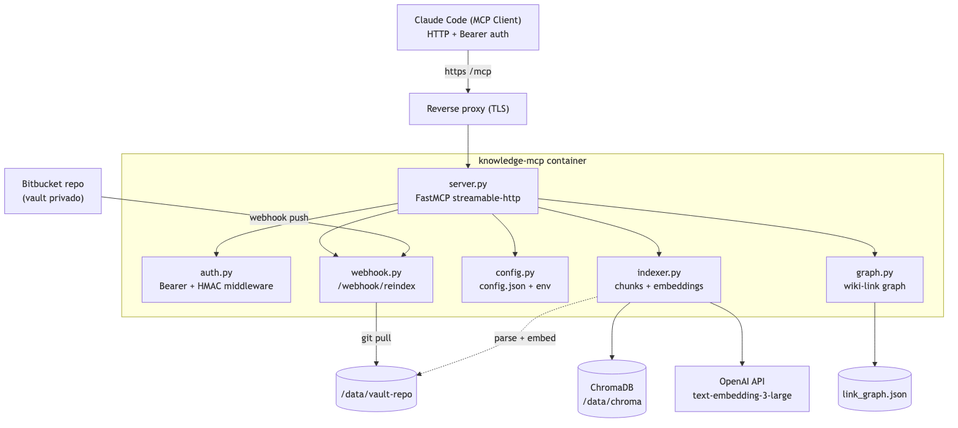
The Mermaid diagram docs/architecture.png in cloudfroghq/knowledge, before a commit. Its source is kept beside it as docs/architecture.mmd. Source of this version:
```mermaid
graph TD
    CC["Claude Code (MCP Client)<br/>HTTP + Bearer auth"]
    CC -->|"https /mcp"| PROXY["Reverse proxy (TLS)"]
    PROXY --> SERVER

    subgraph CONTAINER["knowledge-mcp container"]
        SERVER["server.py<br/>FastMCP streamable-http"]
        SERVER --> AUTH["auth.py<br/>Bearer + HMAC middleware"]
        SERVER --> WEBHOOK["webhook.py<br/>/webhook/reindex"]
        SERVER --> CONFIG["config.py<br/>config.json + env"]
        SERVER --> INDEXER["indexer.py<br/>chunks + embeddings"]
        SERVER --> GRAPH["graph.py<br/>wiki-link graph"]
    end

    INDEXER --> INDEX[("index.sqlite<br/>FTS5 + sqlite-vec<br/>/data/index/&lt;slug&gt;")]
    INDEXER --> OPENAI["OpenAI API<br/>text-embedding-3-large"]
    GRAPH --> LINKGRAPH[("link_graph.json")]

    GH["GitHub repo<br/>(vault privado)"] -->|webhook push| WEBHOOK
    WEBHOOK -->|git pull| VAULT[("/data/vault-repo")]
    INDEXER -.->|parse + embed| VAULT
```
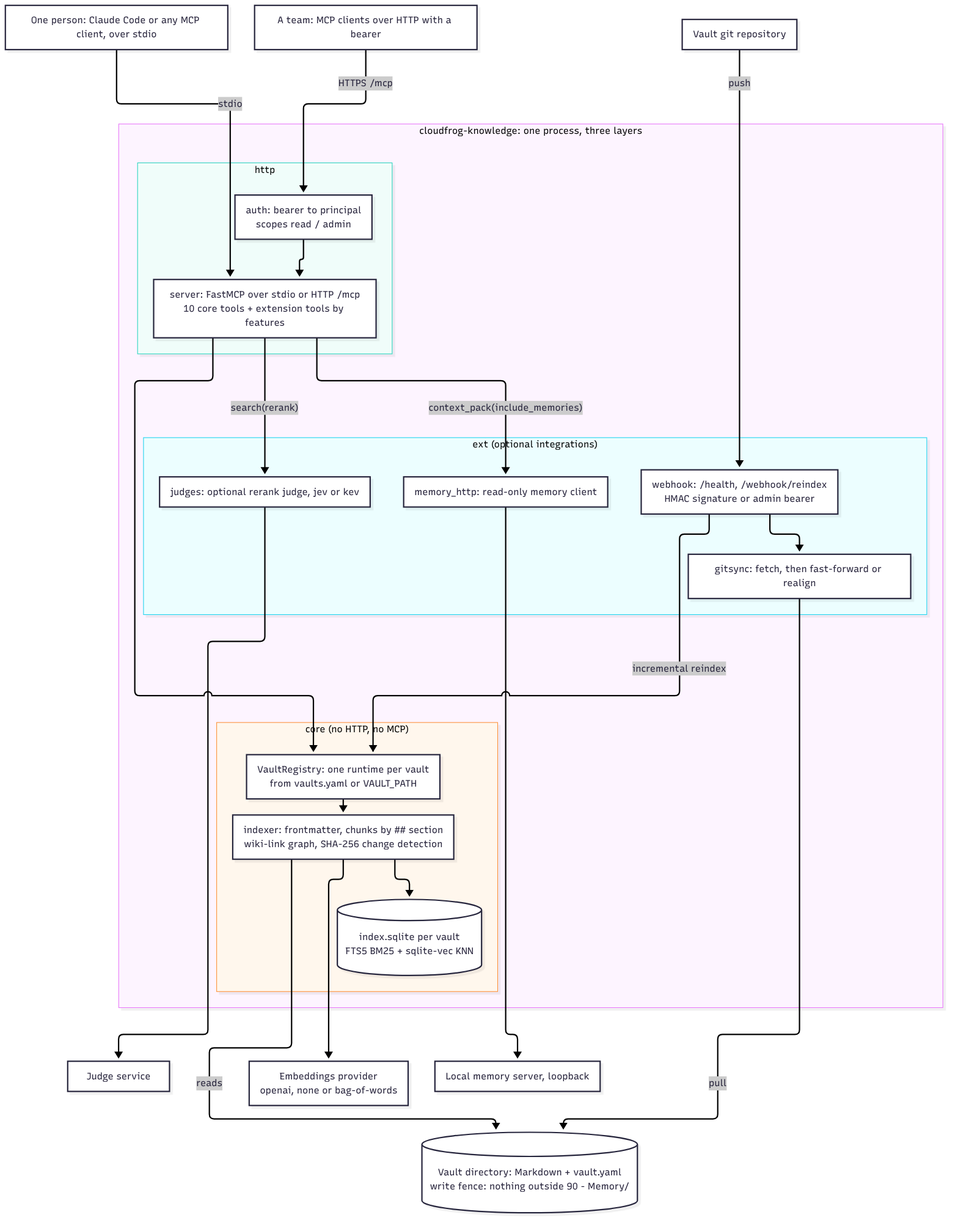
Above is the later version.

The edit, as a diff of the source:
```diff
@@ -1,21 +1,38 @@
-graph TD
-    CC["Claude Code (MCP Client)<br/>HTTP + Bearer auth"]
-    CC -->|"https /mcp"| PROXY["Reverse proxy (TLS)"]
-    PROXY --> SERVER
+%%{init: {"flowchart": {"wrappingWidth": 300}}}%%
+flowchart TB
+    LOCAL["One person: Claude Code or any MCP client, over stdio"]
+    TEAM["A team: MCP clients over HTTP with a bearer"]
+    REPO["Vault git repository"]
 
-    subgraph CONTAINER["knowledge-mcp container"]
-        SERVER["server.py<br/>FastMCP streamable-http"]
-        SERVER --> AUTH["auth.py<br/>Bearer + HMAC middleware"]
-        SERVER --> WEBHOOK["webhook.py<br/>/webhook/reindex"]
-        SERVER --> CONFIG["config.py<br/>config.json + env"]
-        SERVER --> INDEXER["indexer.py<br/>chunks + embeddings"]
-        SERVER --> GRAPH["graph.py<br/>wiki-link graph"]
+    subgraph PROCESS["cloudfrog-knowledge: one process, three layers"]
+        subgraph HTTP["http"]
+            AUTH["auth: bearer to principal<br/>scopes read / admin"]
+            TRANSPORT["server: FastMCP over stdio or HTTP /mcp<br/>10 core tools + extension tools by features"]
+        end
+        subgraph CORE["core (no HTTP, no MCP)"]
+            REGISTRY["VaultRegistry: one runtime per vault<br/>from vaults.yaml or VAULT_PATH"]
+            INDEXER["indexer: frontmatter, chunks by ## section<br/>wiki-link graph, SHA-256 change detection"]
+            INDEX[("index.sqlite per vault<br/>FTS5 BM25 + sqlite-vec KNN")]
+        end
+        subgraph EXT["ext (optional integrations)"]
+            WEBHOOK["webhook: /health, /webhook/reindex<br/>HMAC signature or admin bearer"]
+            GITSYNC["gitsync: fetch, then fast-forward or realign"]
+            JUDGE["judges: optional rerank judge, jev or kev"]
+            MEMHTTP["memory_http: read-only memory client"]
+        end
     end
 
-    INDEXER --> INDEX[("index.sqlite<br/>FTS5 + sqlite-vec<br/>/data/index/&lt;slug&gt;")]
-    INDEXER --> OPENAI["OpenAI API<br/>text-embedding-3-large"]
-    GRAPH --> LINKGRAPH[("link_graph.json")]
+    VAULT[("Vault directory: Markdown + vault.yaml<br/>write fence: nothing outside 90 - Memory/")]
+    EMBED["Embeddings provider<br/>openai, none or bag-of-words"]
+    RERANK["Judge service"]
+    MEMORY["Local memory server, loopback"]
 
-    GH["GitHub repo<br/>(vault privado)"] -->|webhook push| WEBHOOK
-    WEBHOOK -->|git pull| VAULT[("/data/vault-repo")]
-    INDEXER -.->|parse + embed| VAULT
+    LOCAL -->|stdio| TRANSPORT
+    TEAM -->|"HTTPS /mcp"| AUTH --> TRANSPORT
+    TRANSPORT --> REGISTRY --> INDEXER --> INDEX
+    INDEXER -->|reads| VAULT
+    INDEXER --> EMBED
+    TRANSPORT -->|"search(rerank)"| JUDGE --> RERANK
+    TRANSPORT -->|"context_pack(include_memories)"| MEMHTTP --> MEMORY
+    REPO -->|push| WEBHOOK --> GITSYNC -->|pull| VAULT
+    WEBHOOK -.->|incremental reindex| REGISTRY
```
